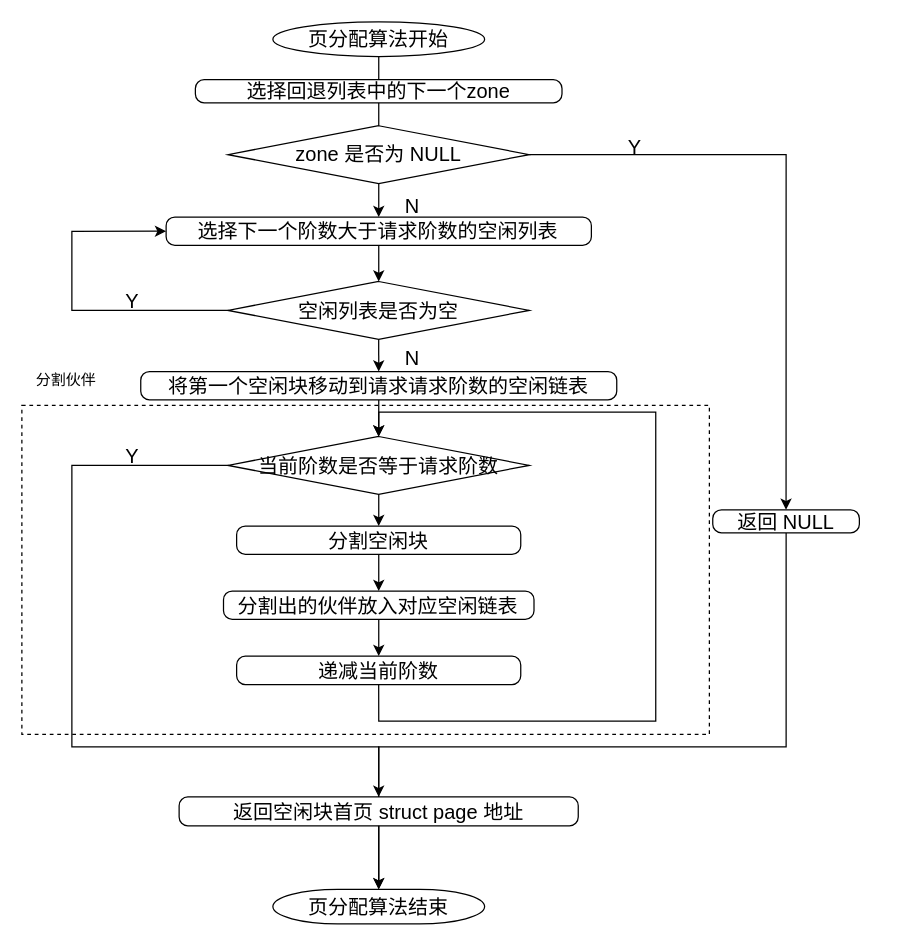
Earlier version of the draw.io diagram images/page-alloc-flowchart.drawio (kongjun18/thesis). Source tidied: cells renumbered, new cells numbered last; positions are measured from the earlier drawing's top-left corner, leaving out a move shared by most shapes. Both pictures are drawn from the tidied source at 125%, with x=0, y=0 at pixel (21, 21).
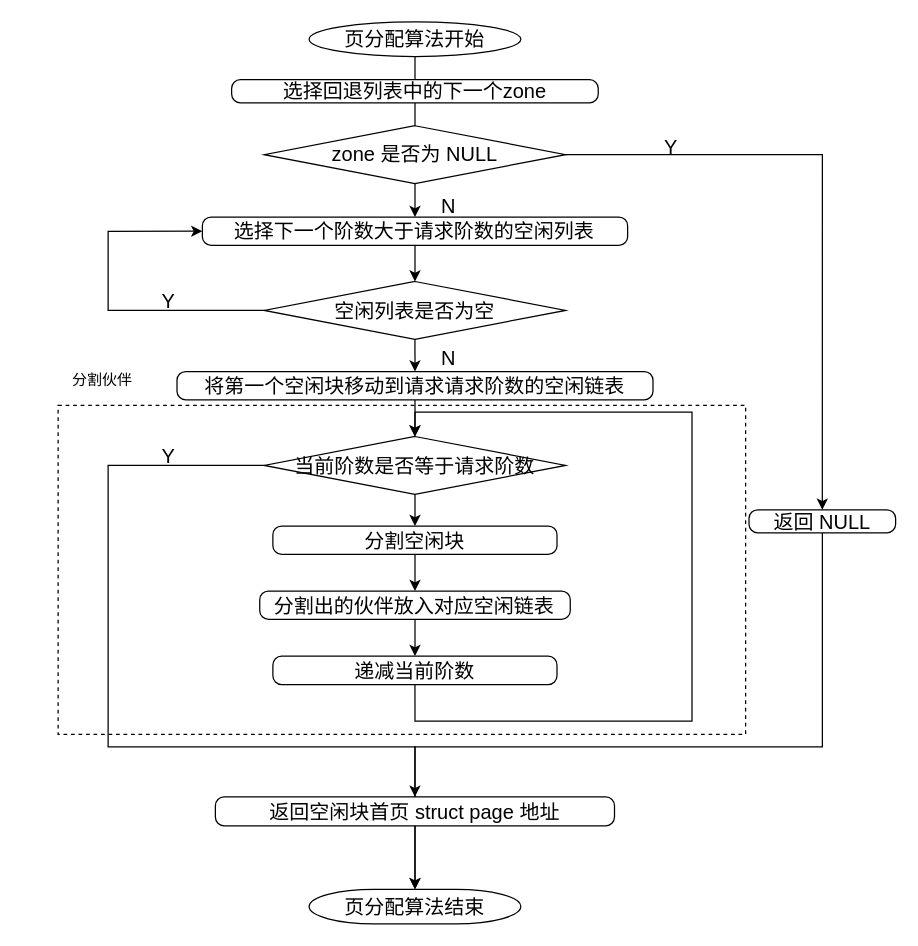
The same page after the edit.

Commit message (it also covers changes not shown here):
调整图片并更新 latex 模板

Diff of the diagram source:
```diff
@@
+    <mxCell id="37" style="group;" parent="1" vertex="1">
+      <mxGeometry x="29" width="670" height="721.6" as="geometry" />
+    </mxCell>
-    <mxCell id="2" style="rounded=0;labelBackgroundColor=none;fontFamily=宋体;fillColor=none;dashed=1;" parent="1" vertex="1">
+    <mxCell id="2" style="rounded=0;labelBackgroundColor=none;fontFamily=宋体;fillColor=none;dashed=1;" parent="37" vertex="1">
       <mxGeometry y="306.7" width="550" height="263.3" as="geometry" />
     </mxCell>
-    <mxCell id="3" style="edgeStyle=orthogonalEdgeStyle;rounded=0;jettySize=auto;html=1;strokeWidth=1;fontSize=16;" parent="1" edge="1" source="4">
+    <mxCell id="3" style="edgeStyle=orthogonalEdgeStyle;rounded=0;jettySize=auto;html=1;strokeWidth=1;fontSize=16;" parent="37" edge="1" source="4">
       <mxGeometry relative="1" as="geometry">
         <mxPoint x="285.5" y="46.2" as="targetPoint" />
       </mxGeometry>
     </mxCell>
-    <mxCell id="4" value="页分配算法开始" style="strokeWidth=1;html=1;shape=mxgraph.flowchart.start_1;whiteSpace=wrap;fontSize=16;" parent="1" vertex="1">
+    <mxCell id="4" value="页分配算法开始" style="strokeWidth=1;html=1;shape=mxgraph.flowchart.start_1;whiteSpace=wrap;fontSize=16;" parent="37" vertex="1">
       <mxGeometry x="200.8" width="169.4" height="27.7" as="geometry" />
     </mxCell>
-    <mxCell id="5" style="edgeStyle=orthogonalEdgeStyle;rounded=0;jettySize=auto;html=1;strokeWidth=1;fontSize=16;" parent="1" edge="1" source="6">
+    <mxCell id="5" style="edgeStyle=orthogonalEdgeStyle;rounded=0;jettySize=auto;html=1;strokeWidth=1;fontSize=16;" parent="37" edge="1" source="6">
       <mxGeometry relative="1" as="geometry">
         <mxPoint x="285.5" y="83.1" as="targetPoint" />
       </mxGeometry>
     </mxCell>
-    <mxCell id="6" value="选择回退列表中的下一个zone" style="rounded=1;whiteSpace=wrap;html=1;absoluteArcSize=1;arcSize=14;strokeWidth=1;fontSize=16;" parent="1" vertex="1">
+    <mxCell id="6" value="选择回退列表中的下一个zone" style="rounded=1;whiteSpace=wrap;html=1;absoluteArcSize=1;arcSize=14;strokeWidth=1;fontSize=16;" parent="37" vertex="1">
       <mxGeometry x="138.8" y="46.2" width="293.3" height="18.5" as="geometry" />
     </mxCell>
-    <mxCell id="7" value="zone 是否为 NULL" style="strokeWidth=1;html=1;shape=mxgraph.flowchart.decision;whiteSpace=wrap;fontSize=16;" parent="1" vertex="1">
+    <mxCell id="7" value="zone 是否为 NULL" style="strokeWidth=1;html=1;shape=mxgraph.flowchart.decision;whiteSpace=wrap;fontSize=16;" parent="37" vertex="1">
       <mxGeometry x="164.9" y="83.1" width="241.1" height="46.2" as="geometry" />
     </mxCell>
-    <mxCell id="8" value="Y" style="text;html=1;align=center;verticalAlign=middle;strokeColor=none;fillColor=none;fontSize=16;strokeWidth=1;" parent="1" vertex="1">
+    <mxCell id="8" value="Y" style="text;html=1;align=center;verticalAlign=middle;strokeColor=none;fillColor=none;fontSize=16;strokeWidth=1;" parent="37" vertex="1">
       <mxGeometry x="474.5" y="84.6" width="30" height="30" as="geometry" />
     </mxCell>
-    <mxCell id="9" value="页分配算法结束" style="strokeWidth=1;html=1;shape=mxgraph.flowchart.terminator;whiteSpace=wrap;fontSize=16;" parent="1" vertex="1">
+    <mxCell id="9" value="页分配算法结束" style="strokeWidth=1;html=1;shape=mxgraph.flowchart.terminator;whiteSpace=wrap;fontSize=16;" parent="37" vertex="1">
       <mxGeometry x="200.8" y="693.9" width="169.4" height="27.7" as="geometry" />
     </mxCell>
-    <mxCell id="10" style="edgeStyle=orthogonalEdgeStyle;rounded=0;jettySize=auto;html=1;strokeWidth=1;fontSize=16;entryX=0.5;entryY=0;entryDx=0;entryDy=0;entryPerimeter=0;" parent="1" edge="1" source="11" target="9">
+    <mxCell id="10" style="edgeStyle=orthogonalEdgeStyle;rounded=0;jettySize=auto;html=1;strokeWidth=1;fontSize=16;entryX=0.5;entryY=0;entryDx=0;entryDy=0;entryPerimeter=0;" parent="37" edge="1" source="11" target="9">
       <mxGeometry relative="1" as="geometry">
         <Array as="points">
           <mxPoint x="611" y="580" />
           <mxPoint x="286" y="580" />
         </Array>
       </mxGeometry>
     </mxCell>
-    <mxCell id="11" value="返回 NULL" style="rounded=1;whiteSpace=wrap;html=1;absoluteArcSize=1;arcSize=14;strokeWidth=1;fontSize=16;" parent="1" vertex="1">
+    <mxCell id="11" value="返回 NULL" style="rounded=1;whiteSpace=wrap;html=1;absoluteArcSize=1;arcSize=14;strokeWidth=1;fontSize=16;" parent="37" vertex="1">
       <mxGeometry x="552.7" y="390.3" width="117.3" height="18.5" as="geometry" />
     </mxCell>
-    <mxCell id="12" style="edgeStyle=orthogonalEdgeStyle;rounded=0;jettySize=auto;html=1;entryX=0.5;entryY=0;entryDx=0;entryDy=0;strokeWidth=1;fontSize=16;" parent="1" edge="1" source="7" target="11">
+    <mxCell id="12" style="edgeStyle=orthogonalEdgeStyle;rounded=0;jettySize=auto;html=1;entryX=0.5;entryY=0;entryDx=0;entryDy=0;strokeWidth=1;fontSize=16;" parent="37" edge="1" source="7" target="11">
       <mxGeometry relative="1" as="geometry" />
     </mxCell>
-    <mxCell id="13" style="edgeStyle=orthogonalEdgeStyle;rounded=0;jettySize=auto;html=1;strokeWidth=1;fontSize=16;" parent="1" edge="1" source="14">
+    <mxCell id="13" style="edgeStyle=orthogonalEdgeStyle;rounded=0;jettySize=auto;html=1;strokeWidth=1;fontSize=16;" parent="37" edge="1" source="14">
       <mxGeometry relative="1" as="geometry">
         <mxPoint x="285.5" y="207.7" as="targetPoint" />
       </mxGeometry>
     </mxCell>
-    <mxCell id="14" value="选择下一个阶数大于请求阶数的空闲列表" style="rounded=1;whiteSpace=wrap;html=1;absoluteArcSize=1;arcSize=14;strokeWidth=1;fontSize=16;" parent="1" vertex="1">
+    <mxCell id="14" value="选择下一个阶数大于请求阶数的空闲列表" style="rounded=1;whiteSpace=wrap;html=1;absoluteArcSize=1;arcSize=14;strokeWidth=1;fontSize=16;" parent="37" vertex="1">
       <mxGeometry x="115.4" y="156.1" width="340.2" height="22.7" as="geometry" />
     </mxCell>
-    <mxCell id="15" style="edgeStyle=orthogonalEdgeStyle;rounded=0;jettySize=auto;html=1;strokeWidth=1;fontSize=16;entryX=0.5;entryY=0;entryDx=0;entryDy=0;" parent="1" edge="1" source="7" target="14">
+    <mxCell id="15" style="edgeStyle=orthogonalEdgeStyle;rounded=0;jettySize=auto;html=1;strokeWidth=1;fontSize=16;entryX=0.5;entryY=0;entryDx=0;entryDy=0;" parent="37" edge="1" source="7" target="14">
       <mxGeometry relative="1" as="geometry" />
     </mxCell>
-    <mxCell id="16" style="edgeStyle=orthogonalEdgeStyle;rounded=0;jettySize=auto;html=1;exitX=0;exitY=0.5;exitDx=0;exitDy=0;exitPerimeter=0;entryX=0;entryY=0.5;entryDx=0;entryDy=0;strokeWidth=1;fontSize=16;" parent="1" edge="1" source="17" target="14">
+    <mxCell id="16" style="edgeStyle=orthogonalEdgeStyle;rounded=0;jettySize=auto;html=1;exitX=0;exitY=0.5;exitDx=0;exitDy=0;exitPerimeter=0;entryX=0;entryY=0.5;entryDx=0;entryDy=0;strokeWidth=1;fontSize=16;" parent="37" edge="1" source="17" target="14">
       <mxGeometry relative="1" as="geometry">
         <Array as="points">
           <mxPoint x="40" y="230.9" />
           <mxPoint x="40" y="167.2" />
         </Array>
       </mxGeometry>
     </mxCell>
-    <mxCell id="17" value="空闲列表是否为空" style="strokeWidth=1;html=1;shape=mxgraph.flowchart.decision;whiteSpace=wrap;fontSize=16;" parent="1" vertex="1">
+    <mxCell id="17" value="空闲列表是否为空" style="strokeWidth=1;html=1;shape=mxgraph.flowchart.decision;whiteSpace=wrap;fontSize=16;" parent="37" vertex="1">
       <mxGeometry x="164.9" y="207.7" width="241.1" height="46.2" as="geometry" />
     </mxCell>
-    <mxCell id="18" value="Y" style="text;html=1;align=center;verticalAlign=middle;strokeColor=none;fillColor=none;fontSize=16;strokeWidth=1;" parent="1" vertex="1">
+    <mxCell id="18" value="Y" style="text;html=1;align=center;verticalAlign=middle;strokeColor=none;fillColor=none;fontSize=16;strokeWidth=1;" parent="37" vertex="1">
       <mxGeometry x="73.2" y="208.2" width="30" height="30" as="geometry" />
     </mxCell>
-    <mxCell id="19" value="N" style="text;html=1;align=center;verticalAlign=middle;strokeColor=none;fillColor=none;fontSize=16;strokeWidth=1;" parent="1" vertex="1">
+    <mxCell id="19" value="N" style="text;html=1;align=center;verticalAlign=middle;strokeColor=none;fillColor=none;fontSize=16;strokeWidth=1;" parent="37" vertex="1">
       <mxGeometry x="292" y="131.6" width="40" height="30" as="geometry" />
     </mxCell>
-    <mxCell id="20" value="N" style="text;html=1;align=center;verticalAlign=middle;strokeColor=none;fillColor=none;fontSize=16;strokeWidth=1;" parent="1" vertex="1">
+    <mxCell id="20" value="N" style="text;html=1;align=center;verticalAlign=middle;strokeColor=none;fillColor=none;fontSize=16;strokeWidth=1;" parent="37" vertex="1">
       <mxGeometry x="292" y="253.9" width="40" height="30" as="geometry" />
     </mxCell>
-    <mxCell id="21" style="edgeStyle=orthogonalEdgeStyle;rounded=0;jettySize=auto;html=1;entryX=0.5;entryY=0;entryDx=0;entryDy=0;entryPerimeter=0;strokeWidth=1;fontSize=16;" parent="1" edge="1" source="22" target="9">
+    <mxCell id="21" style="edgeStyle=orthogonalEdgeStyle;rounded=0;jettySize=auto;html=1;entryX=0.5;entryY=0;entryDx=0;entryDy=0;entryPerimeter=0;strokeWidth=1;fontSize=16;" parent="37" edge="1" source="22" target="9">
       <mxGeometry relative="1" as="geometry">
         <Array as="points">
           <mxPoint x="285.5" y="670.8" />
           <mxPoint x="285.5" y="670.8" />
         </Array>
       </mxGeometry>
     </mxCell>
-    <mxCell id="22" value="返回空闲块首页 struct page 地址" style="rounded=1;whiteSpace=wrap;html=1;absoluteArcSize=1;arcSize=14;strokeWidth=1;fontSize=16;" parent="1" vertex="1">
+    <mxCell id="22" value="返回空闲块首页 struct page 地址" style="rounded=1;whiteSpace=wrap;html=1;absoluteArcSize=1;arcSize=14;strokeWidth=1;fontSize=16;" parent="37" vertex="1">
       <mxGeometry x="125.8" y="620" width="319.3" height="23.1" as="geometry" />
     </mxCell>
-    <mxCell id="23" style="edgeStyle=orthogonalEdgeStyle;rounded=0;jettySize=auto;html=1;exitX=0;exitY=0.5;exitDx=0;exitDy=0;exitPerimeter=0;entryX=0.5;entryY=0;entryDx=0;entryDy=0;" parent="1" edge="1" source="25" target="22">
+    <mxCell id="23" style="edgeStyle=orthogonalEdgeStyle;rounded=0;jettySize=auto;html=1;exitX=0;exitY=0.5;exitDx=0;exitDy=0;exitPerimeter=0;entryX=0.5;entryY=0;entryDx=0;entryDy=0;" parent="37" edge="1" source="25" target="22">
       <mxGeometry relative="1" as="geometry">
         <Array as="points">
           <mxPoint x="40" y="355" />
           <mxPoint x="40" y="580" />
           <mxPoint x="286" y="580" />
         </Array>
       </mxGeometry>
     </mxCell>
-    <mxCell id="24" style="edgeStyle=orthogonalEdgeStyle;rounded=0;jettySize=auto;html=1;" parent="1" edge="1" source="25">
+    <mxCell id="24" style="edgeStyle=orthogonalEdgeStyle;rounded=0;jettySize=auto;html=1;" parent="37" edge="1" source="25">
       <mxGeometry relative="1" as="geometry">
         <mxPoint x="285.5" y="403.3" as="targetPoint" />
       </mxGeometry>
     </mxCell>
-    <mxCell id="25" value="当前阶数是否等于请求阶数" style="strokeWidth=1;html=1;shape=mxgraph.flowchart.decision;whiteSpace=wrap;fontSize=16;" parent="1" vertex="1">
+    <mxCell id="25" value="当前阶数是否等于请求阶数" style="strokeWidth=1;html=1;shape=mxgraph.flowchart.decision;whiteSpace=wrap;fontSize=16;" parent="37" vertex="1">
       <mxGeometry x="164.9" y="331.7" width="241.1" height="46.2" as="geometry" />
     </mxCell>
-    <mxCell id="26" value="Y" style="text;html=1;align=center;verticalAlign=middle;strokeColor=none;fillColor=none;fontSize=16;strokeWidth=1;" parent="1" vertex="1">
+    <mxCell id="26" value="Y" style="text;html=1;align=center;verticalAlign=middle;strokeColor=none;fillColor=none;fontSize=16;strokeWidth=1;" parent="37" vertex="1">
       <mxGeometry x="73.2" y="331.7" width="30" height="30" as="geometry" />
     </mxCell>
-    <mxCell id="27" style="edgeStyle=orthogonalEdgeStyle;rounded=0;jettySize=auto;html=1;" parent="1" edge="1" source="28" target="25">
+    <mxCell id="27" style="edgeStyle=orthogonalEdgeStyle;rounded=0;jettySize=auto;html=1;" parent="37" edge="1" source="28" target="25">
       <mxGeometry relative="1" as="geometry" />
     </mxCell>
-    <mxCell id="28" value="将第一个空闲块移动到请求请求阶数的空闲链表" style="rounded=1;whiteSpace=wrap;html=1;absoluteArcSize=1;arcSize=14;strokeWidth=1;fontSize=16;" parent="1" vertex="1">
+    <mxCell id="28" value="将第一个空闲块移动到请求请求阶数的空闲链表" style="rounded=1;whiteSpace=wrap;html=1;absoluteArcSize=1;arcSize=14;strokeWidth=1;fontSize=16;" parent="37" vertex="1">
       <mxGeometry x="95.1" y="279.7" width="380.8" height="22.7" as="geometry" />
     </mxCell>
-    <mxCell id="29" style="edgeStyle=orthogonalEdgeStyle;rounded=0;jettySize=auto;html=1;exitX=0.5;exitY=1;exitDx=0;exitDy=0;exitPerimeter=0;entryX=0.5;entryY=0;entryDx=0;entryDy=0;strokeWidth=1;fontSize=16;" parent="1" edge="1" source="17" target="28">
+    <mxCell id="29" style="edgeStyle=orthogonalEdgeStyle;rounded=0;jettySize=auto;html=1;exitX=0.5;exitY=1;exitDx=0;exitDy=0;exitPerimeter=0;entryX=0.5;entryY=0;entryDx=0;entryDy=0;strokeWidth=1;fontSize=16;" parent="37" edge="1" source="17" target="28">
       <mxGeometry relative="1" as="geometry" />
     </mxCell>
-    <mxCell id="30" style="edgeStyle=orthogonalEdgeStyle;rounded=0;jettySize=auto;html=1;" parent="1" edge="1" source="31">
+    <mxCell id="30" style="edgeStyle=orthogonalEdgeStyle;rounded=0;jettySize=auto;html=1;" parent="37" edge="1" source="31">
       <mxGeometry relative="1" as="geometry">
         <mxPoint x="285.5" y="455.3" as="targetPoint" />
       </mxGeometry>
     </mxCell>
-    <mxCell id="31" value="分割空闲块" style="rounded=1;whiteSpace=wrap;html=1;absoluteArcSize=1;arcSize=14;strokeWidth=1;fontSize=16;" parent="1" vertex="1">
+    <mxCell id="31" value="分割空闲块" style="rounded=1;whiteSpace=wrap;html=1;absoluteArcSize=1;arcSize=14;strokeWidth=1;fontSize=16;" parent="37" vertex="1">
       <mxGeometry x="171.8" y="403.3" width="227.3" height="22.7" as="geometry" />
     </mxCell>
-    <mxCell id="32" style="edgeStyle=orthogonalEdgeStyle;rounded=0;jettySize=auto;html=1;" parent="1" edge="1" source="33">
+    <mxCell id="32" style="edgeStyle=orthogonalEdgeStyle;rounded=0;jettySize=auto;html=1;" parent="37" edge="1" source="33">
       <mxGeometry relative="1" as="geometry">
         <mxPoint x="285.5" y="507.4" as="targetPoint" />
       </mxGeometry>
     </mxCell>
-    <mxCell id="33" value="分割出的伙伴放入对应空闲链表" style="rounded=1;whiteSpace=wrap;html=1;absoluteArcSize=1;arcSize=14;strokeWidth=1;fontSize=16;" parent="1" vertex="1">
+    <mxCell id="33" value="分割出的伙伴放入对应空闲链表" style="rounded=1;whiteSpace=wrap;html=1;absoluteArcSize=1;arcSize=14;strokeWidth=1;fontSize=16;" parent="37" vertex="1">
       <mxGeometry x="161.3" y="455.3" width="248.4" height="22.7" as="geometry" />
     </mxCell>
-    <mxCell id="34" style="edgeStyle=orthogonalEdgeStyle;rounded=0;jettySize=auto;html=1;exitX=0.5;exitY=1;exitDx=0;exitDy=0;entryX=0.5;entryY=0;entryDx=0;entryDy=0;entryPerimeter=0;" parent="1" edge="1" source="35" target="25">
+    <mxCell id="34" style="edgeStyle=orthogonalEdgeStyle;rounded=0;jettySize=auto;html=1;exitX=0.5;exitY=1;exitDx=0;exitDy=0;entryX=0.5;entryY=0;entryDx=0;entryDy=0;entryPerimeter=0;" parent="37" edge="1" source="35" target="25">
       <mxGeometry relative="1" as="geometry">
         <Array as="points">
           <mxPoint x="285.5" y="559.4" />
           <mxPoint x="507.1" y="559.4" />
           <mxPoint x="507.1" y="312.2" />
           <mxPoint x="285.5" y="312.2" />
         </Array>
       </mxGeometry>
     </mxCell>
-    <mxCell id="35" value="递减当前阶数" style="rounded=1;whiteSpace=wrap;html=1;absoluteArcSize=1;arcSize=14;strokeWidth=1;fontSize=16;" parent="1" vertex="1">
+    <mxCell id="35" value="递减当前阶数" style="rounded=1;whiteSpace=wrap;html=1;absoluteArcSize=1;arcSize=14;strokeWidth=1;fontSize=16;" parent="37" vertex="1">
       <mxGeometry x="171.8" y="507.4" width="227.3" height="22.7" as="geometry" />
     </mxCell>
-    <mxCell id="36" value="分割伙伴" style="text;html=1;align=center;verticalAlign=middle;strokeColor=none;fillColor=none;" parent="1" vertex="1">
+    <mxCell id="36" value="分割伙伴" style="text;html=1;align=center;verticalAlign=middle;strokeColor=none;fillColor=none;" parent="37" vertex="1">
       <mxGeometry y="272.4" width="70" height="30" as="geometry" />
     </mxCell>
```
